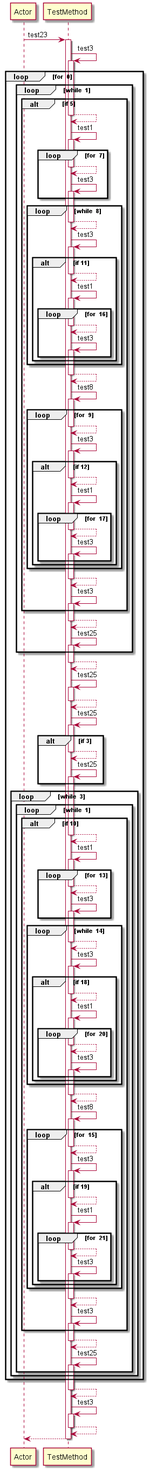
The PlantUML diagram Diagrams/BLOCK/test23.png in manucapo/Gardener, before a commit.
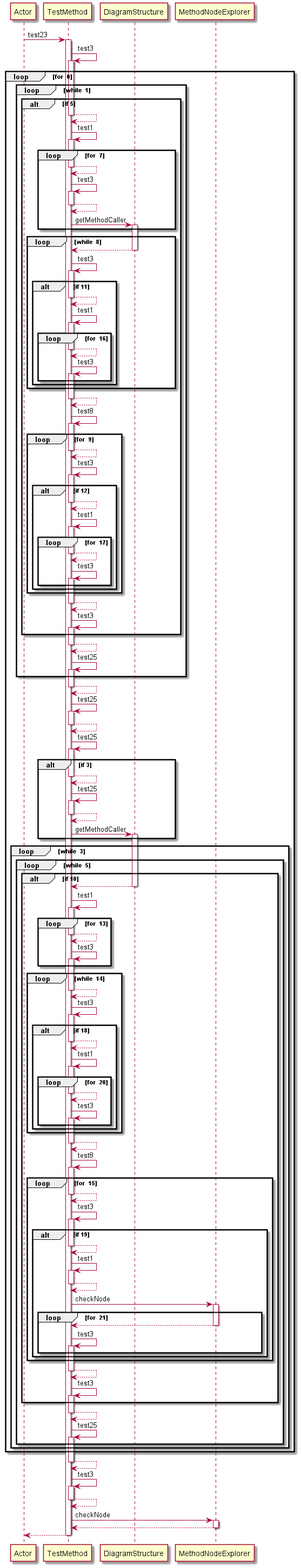
Later version of the same file.

The edit, as a diff of the source:
```diff
@@ -16,10 +16,14 @@
 deactivate TestMethod
 TestMethod -> TestMethod: test3
 activate TestMethod
+TestMethod-->TestMethod
+deactivate TestMethod
+TestMethod -> DiagramStructure: getMethodCaller
+activate DiagramStructure
 end
 loop while  8
-TestMethod-->TestMethod
-deactivate TestMethod
+DiagramStructure-->TestMethod
+deactivate DiagramStructure
 TestMethod -> TestMethod: test3
 activate TestMethod
 alt if 11
@@ -80,12 +84,16 @@
 deactivate TestMethod
 TestMethod -> TestMethod: test25
 activate TestMethod
+TestMethod-->TestMethod
+deactivate TestMethod
+TestMethod -> DiagramStructure: getMethodCaller
+activate DiagramStructure
 end
 loop while  3
-loop while  1
+loop while  5
 alt if 10
-TestMethod-->TestMethod
-deactivate TestMethod
+DiagramStructure-->TestMethod
+deactivate DiagramStructure
 TestMethod -> TestMethod: test1
 activate TestMethod
 loop for  13
@@ -126,9 +134,13 @@
 deactivate TestMethod
 TestMethod -> TestMethod: test1
 activate TestMethod
-loop for  21
 TestMethod-->TestMethod
 deactivate TestMethod
+TestMethod -> MethodNodeExplorer: checkNode
+activate MethodNodeExplorer
+loop for  21
+MethodNodeExplorer-->TestMethod
+deactivate MethodNodeExplorer
 TestMethod -> TestMethod: test3
 activate TestMethod
 end
@@ -152,5 +164,9 @@
 activate TestMethod
 TestMethod-->TestMethod
 deactivate TestMethod
+TestMethod -> MethodNodeExplorer: checkNode
+activate MethodNodeExplorer
+MethodNodeExplorer-->TestMethod
+deactivate MethodNodeExplorer
 return
 @enduml
```
